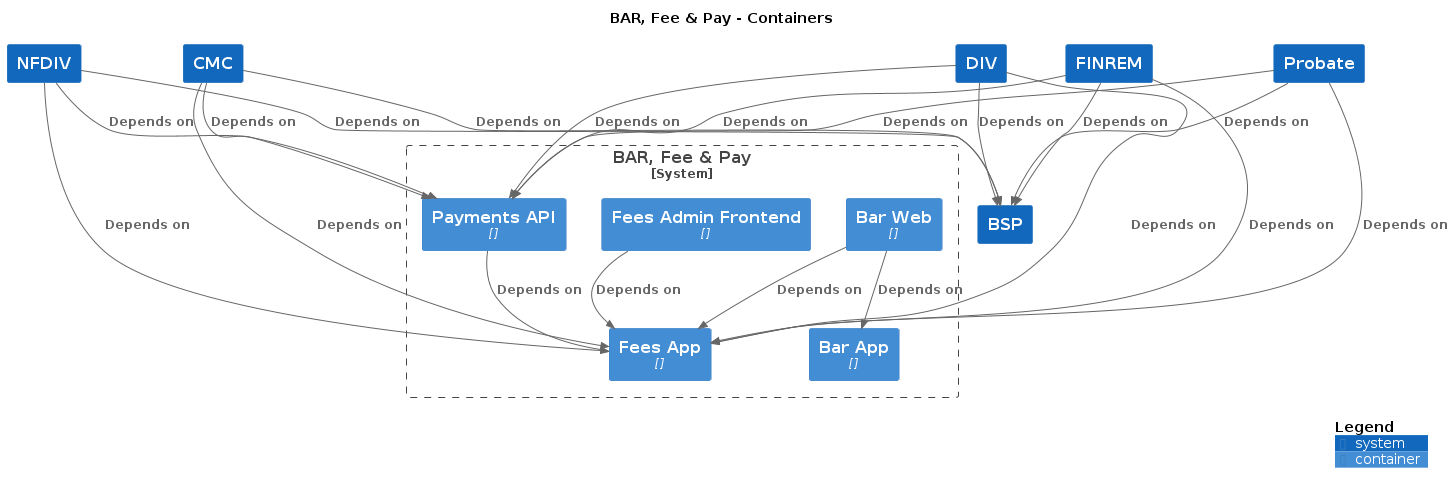
Above: docs/c4/bar_fee__pay/images/structurizr-bar_fee__pay-overview.png in hmcts/cnp-api-docs (PlantUML), before the change.
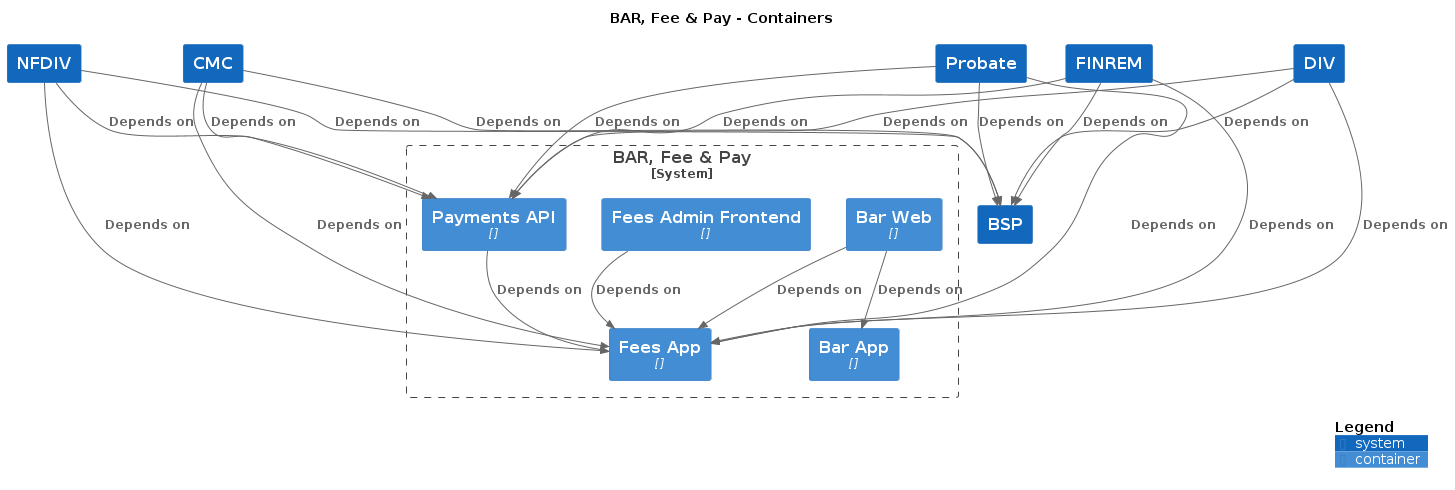
After the commit.

Change to the diagram source:
```diff
@@ -12,8 +12,8 @@
 System(CMC, "CMC", "", $tags="")
 System(NFDIV, "NFDIV", "", $tags="")
 System(FINREM, "FINREM", "", $tags="")
+System(DIV, "DIV", "", $tags="")
 System(Probate, "Probate", "", $tags="")
-System(DIV, "DIV", "", $tags="")
 
 System_Boundary("BARFeePay_boundary", "BAR, Fee & Pay", $tags="") {
   Container(BARFeePay.BarWeb, "Bar Web", "", $tags="")
```
